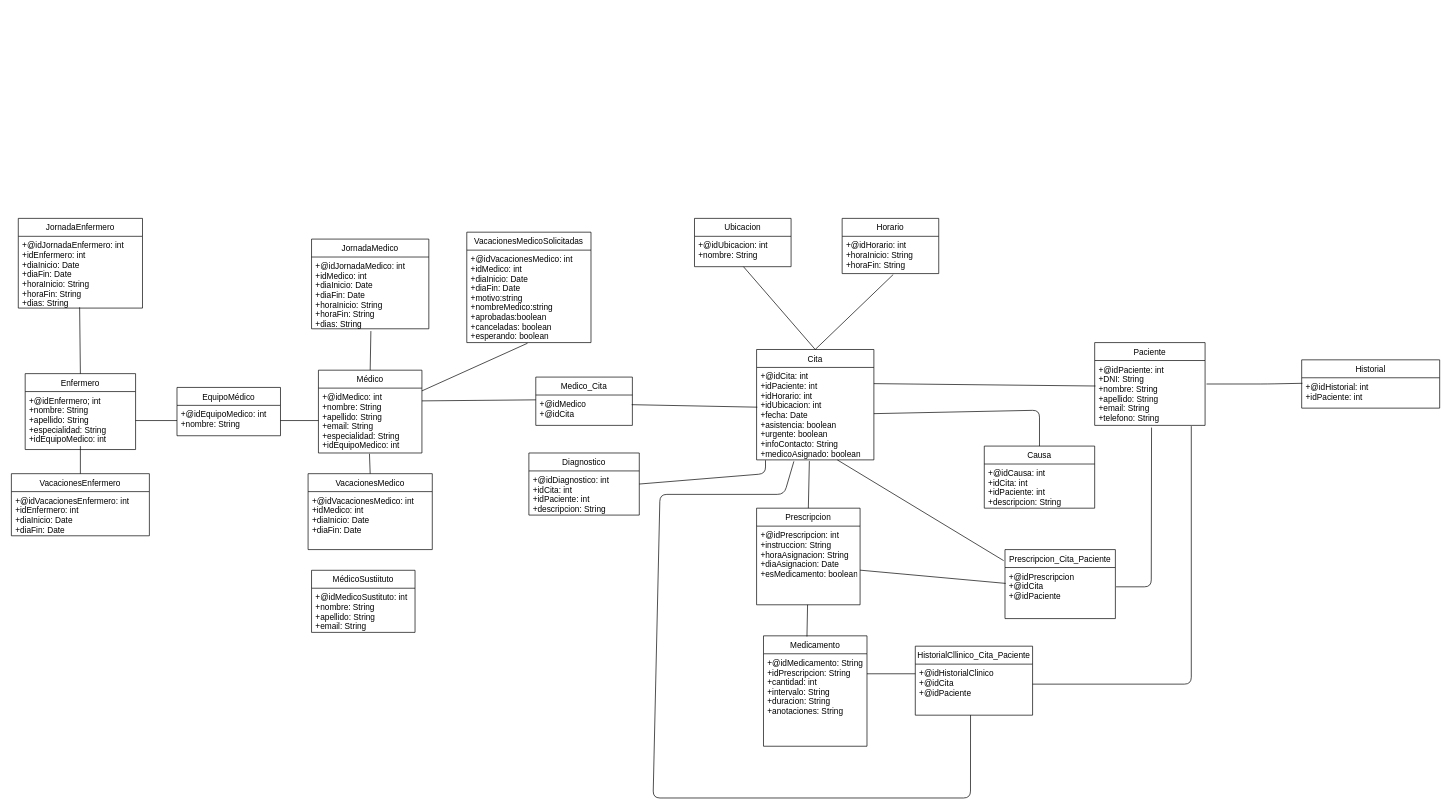
Above: BBDD/diseño/DiagramaIPS.G IPS.drawio in nicomencia/IPS21_L33 (draw.io), before the change. Source tidied: cells renumbered, new cells numbered last; positions are measured from the earlier drawing's top-left corner, leaving out a move shared by most shapes. Both pictures are drawn from the tidied source at 69%, with x=0, y=0 at pixel (11, 218).
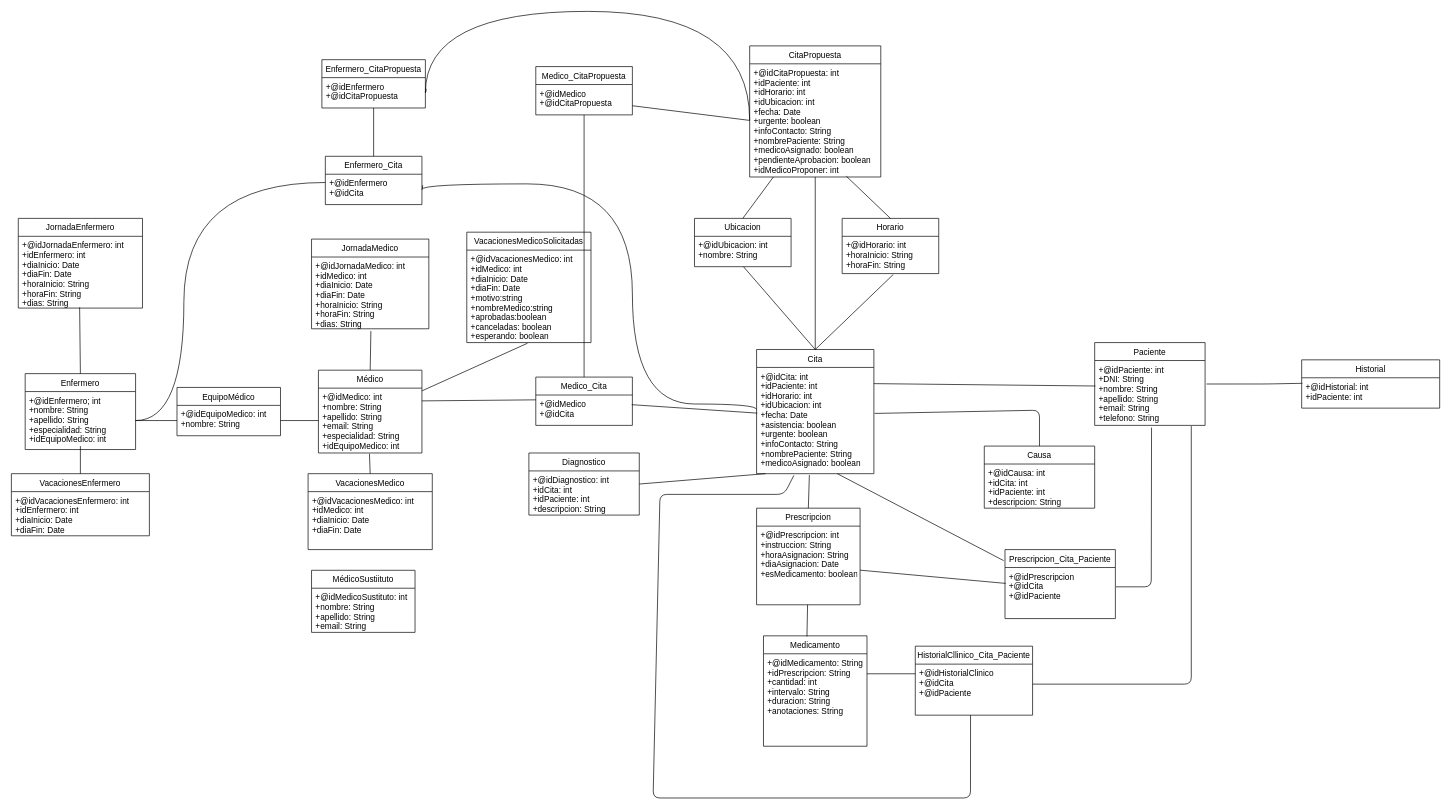
Above is the later version.

The change refers to these unchanged cells:
```xml
<mxCell id="17" value="+@idEnfermero; int&#10;+nombre: String&#10;+apellido: String&#10;+especialidad: String&#10;+idEquipoMedico: int" style="text;strokeColor=none;fillColor=none;align=left;verticalAlign=top;spacingLeft=4;spacingRight=4;overflow=hidden;points=[[0,0.5],[1,0.5]];portConstraint=eastwest;" parent="16" vertex="1">
  <mxGeometry y="26" width="160" height="84" as="geometry" />
</mxCell>
<mxCell id="25" value="Ubicacion" style="swimlane;fontStyle=0;horizontal=1;startSize=26;fillColor=none;" parent="1" vertex="1">
  <mxGeometry x="990" width="140" height="70" as="geometry" />
</mxCell>
<mxCell id="34" value="Medico_Cita" style="swimlane;fontStyle=0;horizontal=1;startSize=26;fillColor=none;" parent="1" vertex="1">
  <mxGeometry x="760" y="230" width="140" height="70" as="geometry" />
</mxCell>
<mxCell id="44" value="Causa" style="swimlane;fontStyle=0;horizontal=1;startSize=26;fillColor=none;" parent="1" vertex="1">
  <mxGeometry x="1410" y="330" width="160" height="90" as="geometry" />
</mxCell>
<mxCell id="48" value="Horario" style="swimlane;fontStyle=0;horizontal=1;startSize=26;fillColor=none;" parent="1" vertex="1">
  <mxGeometry x="1204" width="140" height="80" as="geometry" />
</mxCell>
```

The edit, as a diff of the source:
```diff
@@
+    <mxCell id="67" style="edgeStyle=none;rounded=0;jettySize=auto;html=1;exitX=0.5;exitY=0;exitDx=0;exitDy=0;endArrow=none;endFill=0;" parent="1" edge="1" source="25" target="72">
+      <mxGeometry relative="1" as="geometry" />
+    </mxCell>
@@
+    <mxCell id="68" style="edgeStyle=none;rounded=0;jettySize=auto;html=1;exitX=0.5;exitY=0;exitDx=0;exitDy=0;endArrow=none;endFill=0;" parent="1" edge="1" source="28" target="72">
+      <mxGeometry relative="1" as="geometry" />
+    </mxCell>
     <mxCell id="28" value="Cita" style="swimlane;fontStyle=0;horizontal=1;startSize=26;fillColor=none;" parent="1" vertex="1">
-      <mxGeometry x="1080" y="190" width="170" height="160" as="geometry" />
+      <mxGeometry x="1080" y="190" width="170" height="180" as="geometry" />
     </mxCell>
-    <mxCell id="29" value="+@idCita: int&#10;+idPaciente: int&#10;+idHorario: int&#10;+idUbicacion: int&#10;+fecha: Date&#10;+asistencia: boolean&#10;+urgente: boolean&#10;+infoContacto: String&#10;+medicoAsignado: boolean" style="text;strokeColor=none;fillColor=none;align=left;verticalAlign=top;spacingLeft=4;spacingRight=4;overflow=hidden;points=[[0,0.5],[1,0.5]];portConstraint=eastwest;" parent="28" vertex="1">
-      <mxGeometry y="26" width="170" height="134" as="geometry" />
+    <mxCell id="29" value="+@idCita: int&#10;+idPaciente: int&#10;+idHorario: int&#10;+idUbicacion: int&#10;+fecha: Date&#10;+asistencia: boolean&#10;+urgente: boolean&#10;+infoContacto: String&#10;+nombrePaciente: String&#10;+medicoAsignado: boolean" style="text;strokeColor=none;fillColor=none;align=left;verticalAlign=top;spacingLeft=4;spacingRight=4;overflow=hidden;points=[[0,0.5],[1,0.5]];portConstraint=eastwest;" parent="28" vertex="1">
+      <mxGeometry y="26" width="170" height="154" as="geometry" />
     </mxCell>
@@
+    <mxCell id="69" style="rounded=0;jettySize=auto;html=1;exitX=0.5;exitY=0;exitDx=0;exitDy=0;endArrow=none;endFill=0;" parent="1" edge="1" source="34" target="84">
+      <mxGeometry relative="1" as="geometry" />
+    </mxCell>
@@
-    <mxCell id="47" style="endArrow=none;html=1;strokeColor=#000000;entryX=1;entryY=0.5;entryDx=0;entryDy=0;exitX=0.5;exitY=0;exitDx=0;exitDy=0;" parent="1" edge="1" source="44" target="29">
+    <mxCell id="47" style="endArrow=none;html=1;strokeColor=#000000;entryX=1.006;entryY=0.433;entryDx=0;entryDy=0;exitX=0.5;exitY=0;exitDx=0;exitDy=0;entryPerimeter=0;" parent="1" edge="1" source="44" target="29">
       <mxGeometry relative="1" as="geometry">
         <Array as="points">
           <mxPoint x="1490" y="278" />
         </Array>
       </mxGeometry>
     </mxCell>
+    <mxCell id="70" style="edgeStyle=none;rounded=0;jettySize=auto;html=1;exitX=0.5;exitY=0;exitDx=0;exitDy=0;entryX=0.737;entryY=0.993;entryDx=0;entryDy=0;entryPerimeter=0;endArrow=none;endFill=0;" parent="1" edge="1" source="48" target="72">
+      <mxGeometry relative="1" as="geometry" />
+    </mxCell>
@@
+    <mxCell id="71" value="CitaPropuesta" style="swimlane;fontStyle=0;horizontal=1;startSize=26;fillColor=none;" parent="1" vertex="1">
+      <mxGeometry x="1070" y="-250" width="190" height="190" as="geometry" />
+    </mxCell>
+    <mxCell id="72" value="+@idCitaPropuesta: int&#10;+idPaciente: int&#10;+idHorario: int&#10;+idUbicacion: int&#10;+fecha: Date&#10;+urgente: boolean&#10;+infoContacto: String&#10;+nombrePaciente: String&#10;+medicoAsignado: boolean&#10;+pendienteAprobacion: boolean&#10;+idMedicoProponer: int" style="text;strokeColor=none;fillColor=none;align=left;verticalAlign=top;spacingLeft=4;spacingRight=4;overflow=hidden;points=[[0,0.5],[1,0.5]];portConstraint=eastwest;" parent="71" vertex="1">
+      <mxGeometry y="26" width="190" height="164" as="geometry" />
+    </mxCell>
+    <mxCell id="73" value="Enfermero_Cita" style="swimlane;fontStyle=0;horizontal=1;startSize=26;fillColor=none;" parent="1" vertex="1">
+      <mxGeometry x="455" y="-90" width="140" height="70" as="geometry" />
+    </mxCell>
+    <mxCell id="74" value="+@idEnfermero&#10;+@idCita" style="text;strokeColor=none;fillColor=none;align=left;verticalAlign=top;spacingLeft=4;spacingRight=4;overflow=hidden;points=[[0,0.5],[1,0.5]];portConstraint=eastwest;" parent="73" vertex="1">
+      <mxGeometry y="26" width="140" height="44" as="geometry" />
+    </mxCell>
+    <mxCell id="75" style="edgeStyle=orthogonalEdgeStyle;curved=1;rounded=0;orthogonalLoop=1;jettySize=auto;html=1;exitX=1;exitY=0.5;exitDx=0;exitDy=0;entryX=1.007;entryY=0.364;entryDx=0;entryDy=0;entryPerimeter=0;endArrow=none;endFill=0;" parent="73" edge="1" source="74" target="74">
+      <mxGeometry relative="1" as="geometry" />
+    </mxCell>
+    <mxCell id="76" style="edgeStyle=orthogonalEdgeStyle;curved=1;rounded=0;jettySize=auto;html=1;exitX=1;exitY=0.5;exitDx=0;exitDy=0;entryX=0;entryY=0.273;entryDx=0;entryDy=0;entryPerimeter=0;endArrow=none;endFill=0;" parent="1" edge="1" source="17" target="74">
+      <mxGeometry relative="1" as="geometry">
+        <Array as="points">
+          <mxPoint x="250" y="293" />
+          <mxPoint x="250" y="-52" />
+        </Array>
+      </mxGeometry>
+    </mxCell>
+    <mxCell id="77" style="edgeStyle=orthogonalEdgeStyle;curved=1;rounded=0;jettySize=auto;html=1;exitX=1;exitY=0.5;exitDx=0;exitDy=0;entryX=0;entryY=0.396;entryDx=0;entryDy=0;entryPerimeter=0;endArrow=none;endFill=0;" parent="1" edge="1" source="74" target="29">
+      <mxGeometry relative="1" as="geometry">
+        <Array as="points">
+          <mxPoint x="595" y="-50" />
+          <mxPoint x="900" y="-50" />
+          <mxPoint x="900" y="269" />
+        </Array>
+      </mxGeometry>
+    </mxCell>
+    <mxCell id="78" value="Enfermero_CitaPropuesta" style="swimlane;fontStyle=0;horizontal=1;startSize=26;fillColor=none;" parent="1" vertex="1">
+      <mxGeometry x="450" y="-230" width="150" height="70" as="geometry" />
+    </mxCell>
+    <mxCell id="79" value="+@idEnfermero&#10;+@idCitaPropuesta" style="text;strokeColor=none;fillColor=none;align=left;verticalAlign=top;spacingLeft=4;spacingRight=4;overflow=hidden;points=[[0,0.5],[1,0.5]];portConstraint=eastwest;" parent="78" vertex="1">
+      <mxGeometry y="26" width="150" height="44" as="geometry" />
+    </mxCell>
+    <mxCell id="80" style="edgeStyle=orthogonalEdgeStyle;curved=1;rounded=0;orthogonalLoop=1;jettySize=auto;html=1;exitX=1;exitY=0.5;exitDx=0;exitDy=0;entryX=1.007;entryY=0.364;entryDx=0;entryDy=0;entryPerimeter=0;endArrow=none;endFill=0;" parent="78" edge="1" source="79" target="79">
+      <mxGeometry relative="1" as="geometry" />
+    </mxCell>
+    <mxCell id="81" style="endArrow=none;html=1;exitX=0.5;exitY=0;exitDx=0;exitDy=0;" parent="1" edge="1" source="73" target="79">
+      <mxGeometry relative="1" as="geometry" />
+    </mxCell>
+    <mxCell id="82" style="edgeStyle=orthogonalEdgeStyle;curved=1;rounded=0;jettySize=auto;html=1;exitX=1;exitY=0.5;exitDx=0;exitDy=0;endArrow=none;endFill=0;entryX=0;entryY=0.5;entryDx=0;entryDy=0;" parent="1" edge="1" source="79" target="72">
+      <mxGeometry relative="1" as="geometry">
+        <Array as="points">
+          <mxPoint x="600" y="-300" />
+          <mxPoint x="1070" y="-300" />
+        </Array>
+      </mxGeometry>
+    </mxCell>
+    <mxCell id="83" value="Medico_CitaPropuesta" style="swimlane;fontStyle=0;horizontal=1;startSize=26;fillColor=none;" parent="1" vertex="1">
+      <mxGeometry x="760" y="-220" width="140" height="70" as="geometry" />
+    </mxCell>
+    <mxCell id="84" value="+@idMedico&#10;+@idCitaPropuesta" style="text;strokeColor=none;fillColor=none;align=left;verticalAlign=top;spacingLeft=4;spacingRight=4;overflow=hidden;points=[[0,0.5],[1,0.5]];portConstraint=eastwest;" parent="83" vertex="1">
+      <mxGeometry y="26" width="140" height="44" as="geometry" />
+    </mxCell>
+    <mxCell id="85" style="edgeStyle=none;rounded=0;jettySize=auto;html=1;entryX=0;entryY=0.5;entryDx=0;entryDy=0;endArrow=none;endFill=0;" parent="1" edge="1" source="84" target="72">
+      <mxGeometry relative="1" as="geometry" />
+    </mxCell>
```
